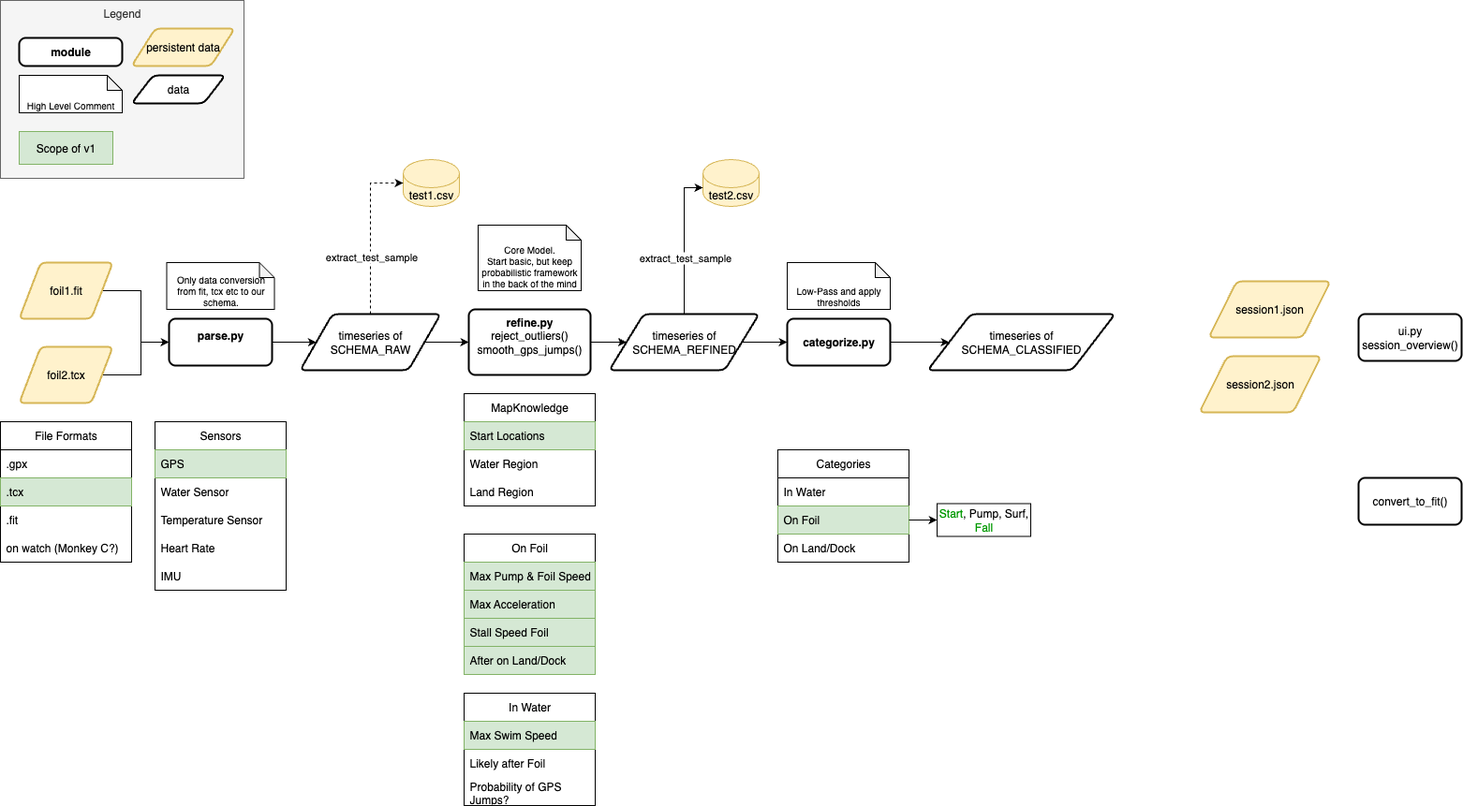
fabitosh/pumpfoilysis keeps this draw.io diagram as docs/overview.drawio.png. Above is the earlier version. Source tidied: cells renumbered, new cells last; positions are measured from the earlier drawing's top-left corner, leaving out a move shared by most shapes.
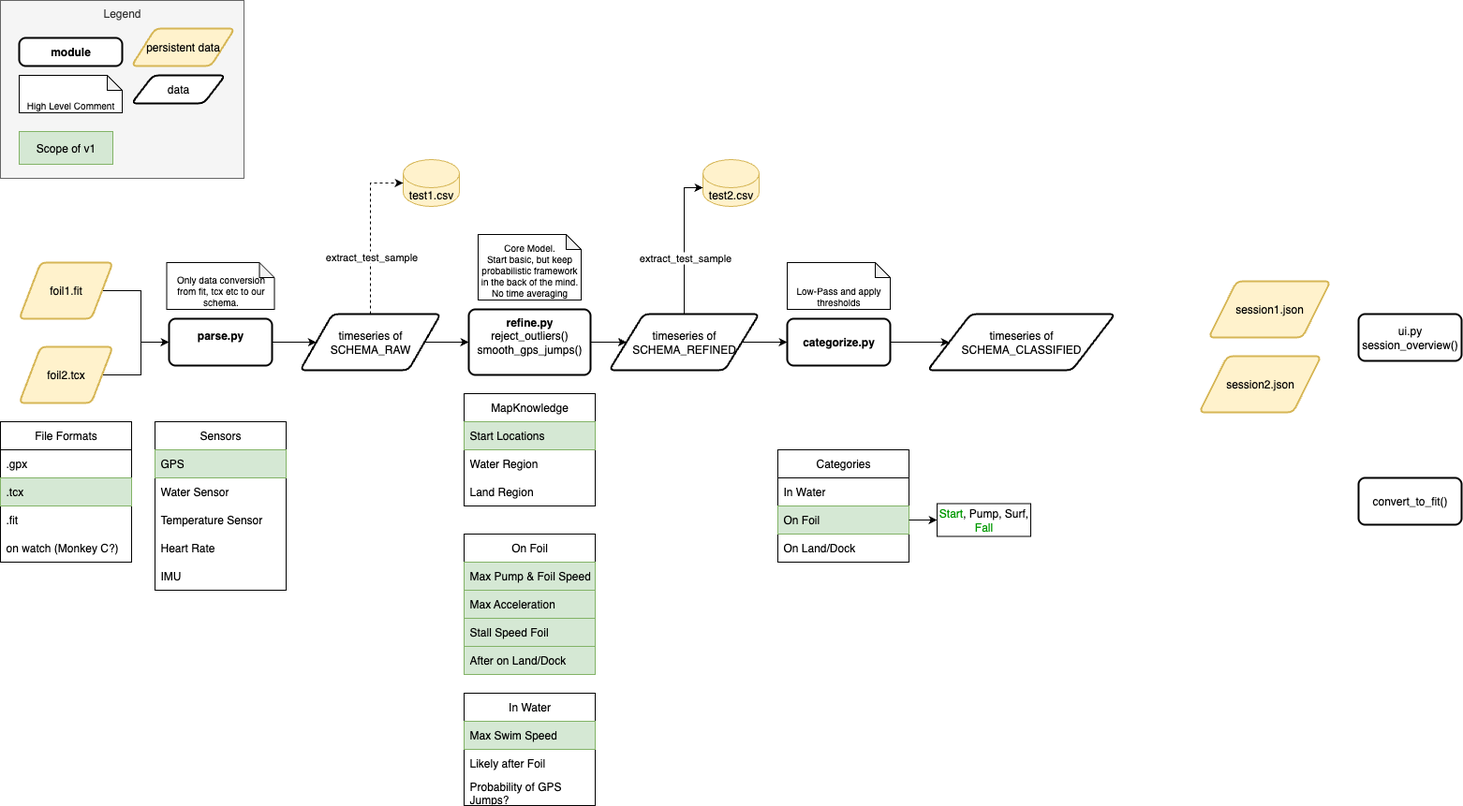
Above is the later version.

Commit message:
docs(overview): white background, test data extraction

What changed in the source:
```diff
@@ -1,4 +1,4 @@
-<mxGraphModel>
+<mxGraphModel background="#ffffff">
   <root>
     <mxCell id="0" />
     <mxCell id="1" parent="0" />
@@ -131,8 +131,8 @@
     <mxCell id="44" value="convert_to_fit()" style="rounded=1;whiteSpace=wrap;html=1;absoluteArcSize=1;arcSize=14;strokeWidth=2;" parent="1" vertex="1">
       <mxGeometry x="1450" y="510" width="110" height="50" as="geometry" />
     </mxCell>
-    <mxCell id="45" value="Core Model.&lt;div&gt;Start basic, but keep probabilistic framework in the back of the mind&lt;/div&gt;" style="shape=note;whiteSpace=wrap;html=1;backgroundOutline=1;darkOpacity=0.05;fontSize=10;size=16;verticalAlign=bottom;" parent="1" vertex="1">
-      <mxGeometry x="510" y="240" width="110" height="70" as="geometry" />
+    <mxCell id="45" value="Core Model.&lt;div&gt;Start basic, but keep probabilistic framework in the back of the mind.&lt;/div&gt;&lt;div&gt;No time averaging&lt;/div&gt;" style="shape=note;whiteSpace=wrap;html=1;backgroundOutline=1;darkOpacity=0.05;fontSize=10;size=16;verticalAlign=bottom;" parent="1" vertex="1">
+      <mxGeometry x="510" y="250" width="110" height="70" as="geometry" />
     </mxCell>
     <mxCell id="46" value="Low-Pass and apply thresholds" style="shape=note;whiteSpace=wrap;html=1;backgroundOutline=1;darkOpacity=0.05;fontSize=10;size=16;verticalAlign=bottom;" parent="1" vertex="1">
       <mxGeometry x="840" y="280" width="110" height="50" as="geometry" />
```
